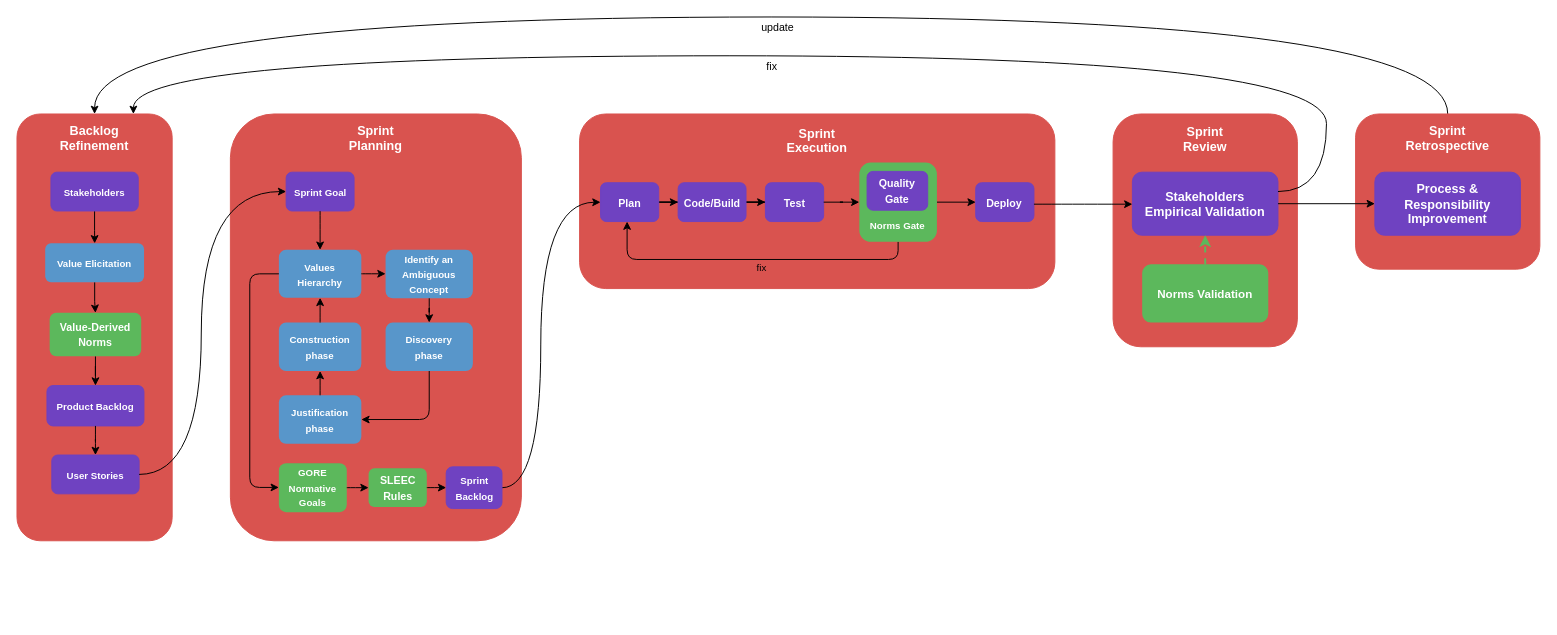
GianlucaPanzani/Ethics-and-Legality-Integration-into-the-Agile-Software-Development-Pipeline keeps this draw.io diagram as page "3.2 Agile + VSD + GORE/SLEEC" (5 of 10) of diagram/agile4.drawio. Above is the earlier version. Source tidied: cells renumbered, new cells numbered last; positions are measured from the earlier drawing's top-left corner, leaving out a move shared by most shapes. Both pictures are drawn from the tidied source at 97%, with x=0, y=0 at pixel (16, 16).
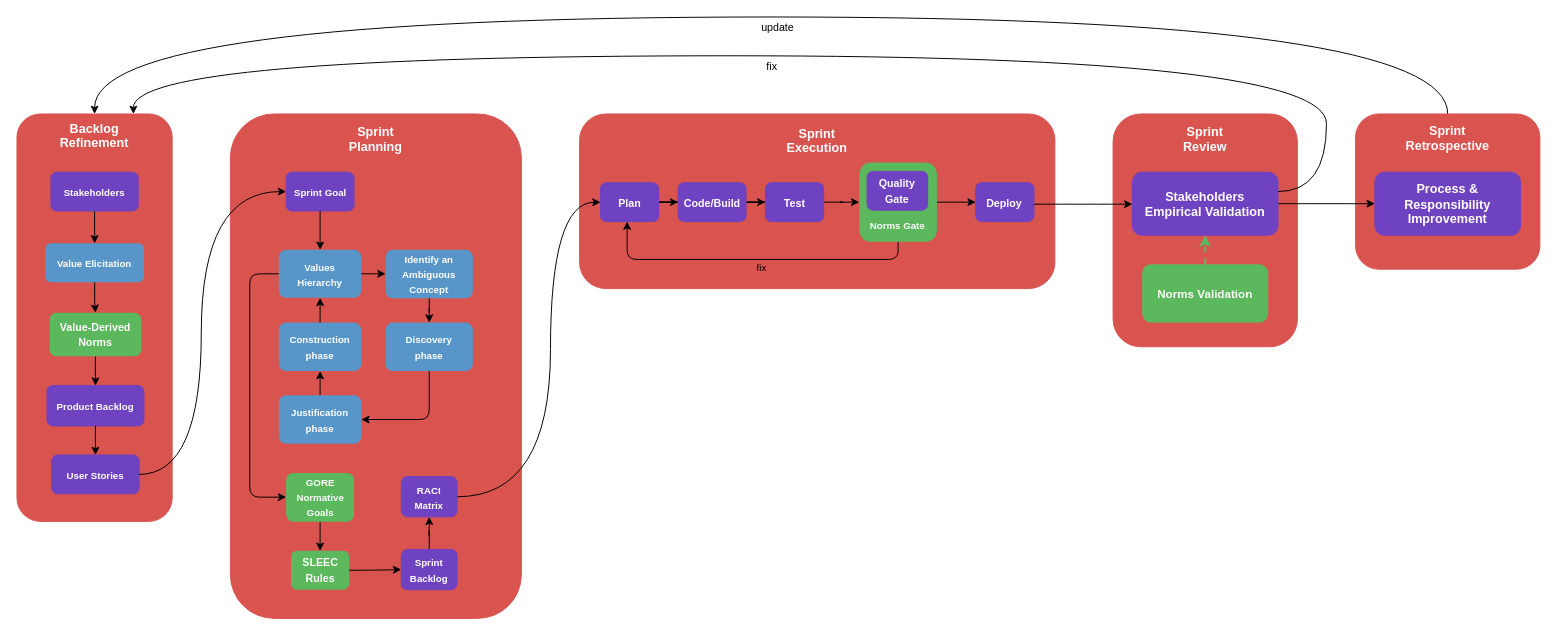
The same page after the edit.

Unchanged cells that the change refers to:
```xml
<mxCell id="7" value="&lt;font style=&quot;font-size: 11px;&quot;&gt;Plan&lt;/font&gt;" style="rounded=1;whiteSpace=wrap;html=1;fillColor=#6f42c1;strokeColor=#6f42c1;fontColor=#ffffff;fontStyle=1;fontSize=13;spacing=8;" parent="1" vertex="1">
  <mxGeometry x="601.6" y="170.9" width="60" height="40" as="geometry" />
</mxCell>
<mxCell id="16" value="&lt;font style=&quot;font-size: 10px;&quot;&gt;Values Hierarchy&lt;/font&gt;" style="rounded=1;whiteSpace=wrap;html=1;fillColor=light-dark(#5896CA,#5896CA);strokeColor=none;fontColor=#ffffff;fontStyle=1;fontSize=13;spacing=8;" parent="1" vertex="1">
  <mxGeometry x="270" y="240" width="85" height="49.5" as="geometry" />
</mxCell>
```

Change to the diagram source:
```diff
@@
-    <mxCell id="3" value="Sprint&lt;br&gt;Planning&lt;div&gt;&lt;br&gt;&lt;/div&gt;&lt;div&gt;&lt;br&gt;&lt;/div&gt;&lt;div&gt;&lt;br&gt;&lt;/div&gt;&lt;div&gt;&lt;br&gt;&lt;/div&gt;&lt;div&gt;&lt;br&gt;&lt;/div&gt;&lt;div&gt;&lt;br&gt;&lt;/div&gt;&lt;div&gt;&lt;br&gt;&lt;/div&gt;&lt;div&gt;&lt;br&gt;&lt;/div&gt;&lt;div&gt;&lt;br&gt;&lt;/div&gt;&lt;div&gt;&lt;br&gt;&lt;/div&gt;&lt;div&gt;&lt;br&gt;&lt;/div&gt;&lt;div&gt;&lt;br&gt;&lt;/div&gt;&lt;div&gt;&lt;br&gt;&lt;/div&gt;&lt;div&gt;&lt;br&gt;&lt;/div&gt;&lt;div&gt;&lt;br&gt;&lt;/div&gt;&lt;div&gt;&lt;br&gt;&lt;/div&gt;&lt;div&gt;&lt;br&gt;&lt;/div&gt;&lt;div&gt;&lt;br&gt;&lt;/div&gt;&lt;div&gt;&lt;br&gt;&lt;/div&gt;&lt;div&gt;&lt;br&gt;&lt;/div&gt;&lt;div&gt;&lt;br&gt;&lt;/div&gt;&lt;div&gt;&lt;br&gt;&lt;/div&gt;&lt;div&gt;&lt;br&gt;&lt;/div&gt;&lt;div&gt;&lt;br&gt;&lt;/div&gt;&lt;div&gt;&lt;br&gt;&lt;/div&gt;" style="rounded=1;whiteSpace=wrap;html=1;fillColor=#d9534f;strokeColor=#d9534f;fontColor=#ffffff;fontStyle=1;fontSize=13;spacing=8;" parent="1" vertex="1">
-      <mxGeometry x="220" y="100" width="300" height="440" as="geometry" />
+    <mxCell id="3" value="Sprint&lt;br&gt;Planning&lt;div&gt;&lt;br&gt;&lt;/div&gt;&lt;div&gt;&lt;br&gt;&lt;/div&gt;&lt;div&gt;&lt;br&gt;&lt;/div&gt;&lt;div&gt;&lt;br&gt;&lt;/div&gt;&lt;div&gt;&lt;br&gt;&lt;/div&gt;&lt;div&gt;&lt;br&gt;&lt;/div&gt;&lt;div&gt;&lt;br&gt;&lt;/div&gt;&lt;div&gt;&lt;br&gt;&lt;/div&gt;&lt;div&gt;&lt;br&gt;&lt;/div&gt;&lt;div&gt;&lt;br&gt;&lt;/div&gt;&lt;div&gt;&lt;br&gt;&lt;/div&gt;&lt;div&gt;&lt;br&gt;&lt;/div&gt;&lt;div&gt;&lt;br&gt;&lt;/div&gt;&lt;div&gt;&lt;br&gt;&lt;/div&gt;&lt;div&gt;&lt;br&gt;&lt;/div&gt;&lt;div&gt;&lt;br&gt;&lt;/div&gt;&lt;div&gt;&lt;br&gt;&lt;/div&gt;&lt;div&gt;&lt;br&gt;&lt;/div&gt;&lt;div&gt;&lt;br&gt;&lt;/div&gt;&lt;div&gt;&lt;br&gt;&lt;/div&gt;&lt;div&gt;&lt;br&gt;&lt;/div&gt;&lt;div&gt;&lt;br&gt;&lt;/div&gt;&lt;div&gt;&lt;br&gt;&lt;/div&gt;&lt;div&gt;&lt;br&gt;&lt;/div&gt;&lt;div&gt;&lt;br&gt;&lt;/div&gt;&lt;div&gt;&lt;br&gt;&lt;/div&gt;&lt;div&gt;&lt;br&gt;&lt;/div&gt;&lt;div&gt;&lt;br&gt;&lt;/div&gt;&lt;div&gt;&lt;br&gt;&lt;/div&gt;&lt;div&gt;&lt;br&gt;&lt;/div&gt;" style="rounded=1;whiteSpace=wrap;html=1;fillColor=#d9534f;strokeColor=#d9534f;fontColor=#ffffff;fontStyle=1;fontSize=13;spacing=8;" parent="1" vertex="1">
+      <mxGeometry x="220" y="100" width="300" height="520" as="geometry" />
     </mxCell>
@@
     <mxCell id="28" style="edgeStyle=orthogonalEdgeStyle;rounded=1;jettySize=auto;html=1;curved=0;" parent="1" edge="1" source="16" target="55">
       <mxGeometry relative="1" as="geometry">
         <Array as="points">
           <mxPoint x="240" y="265" />
-          <mxPoint x="240" y="485" />
+          <mxPoint x="240" y="495" />
         </Array>
       </mxGeometry>
     </mxCell>
-    <mxCell id="29" style="edgeStyle=orthogonalEdgeStyle;rounded=0;jettySize=auto;html=1;curved=1;" parent="1" edge="1" source="53" target="7">
+    <mxCell id="29" style="edgeStyle=orthogonalEdgeStyle;rounded=0;jettySize=auto;html=1;curved=1;" parent="1" edge="1" source="60" target="7">
       <mxGeometry relative="1" as="geometry">
         <Array as="points">
-          <mxPoint x="540" y="485" />
-          <mxPoint x="540" y="191" />
+          <mxPoint x="550" y="495" />
+          <mxPoint x="550" y="191" />
         </Array>
       </mxGeometry>
     </mxCell>
@@
-    <mxCell id="42" value="Backlog&lt;br&gt;Refinement&lt;div&gt;&lt;br&gt;&lt;/div&gt;&lt;div&gt;&lt;br&gt;&lt;/div&gt;&lt;div&gt;&lt;br&gt;&lt;/div&gt;&lt;div&gt;&lt;br&gt;&lt;/div&gt;&lt;div&gt;&lt;br&gt;&lt;/div&gt;&lt;div&gt;&lt;br&gt;&lt;/div&gt;&lt;div&gt;&lt;br&gt;&lt;/div&gt;&lt;div&gt;&lt;br&gt;&lt;/div&gt;&lt;div&gt;&lt;br&gt;&lt;/div&gt;&lt;div&gt;&lt;br&gt;&lt;/div&gt;&lt;div&gt;&lt;br&gt;&lt;/div&gt;&lt;div&gt;&lt;br&gt;&lt;/div&gt;&lt;div&gt;&lt;br&gt;&lt;/div&gt;&lt;div&gt;&lt;br&gt;&lt;/div&gt;&lt;div&gt;&lt;br&gt;&lt;/div&gt;&lt;div&gt;&lt;br&gt;&lt;/div&gt;&lt;div&gt;&lt;br&gt;&lt;/div&gt;&lt;div&gt;&lt;br&gt;&lt;/div&gt;&lt;div&gt;&lt;br&gt;&lt;/div&gt;&lt;div&gt;&lt;br&gt;&lt;/div&gt;&lt;div&gt;&lt;br&gt;&lt;/div&gt;&lt;div&gt;&lt;br&gt;&lt;/div&gt;&lt;div&gt;&lt;br&gt;&lt;/div&gt;&lt;div&gt;&lt;br&gt;&lt;/div&gt;&lt;div&gt;&lt;br&gt;&lt;/div&gt;" style="rounded=1;whiteSpace=wrap;html=1;fillColor=#d9534f;strokeColor=#d9534f;fontColor=#ffffff;fontStyle=1;fontSize=13;spacing=8;" parent="1" vertex="1">
-      <mxGeometry y="100" width="160" height="440" as="geometry" />
+    <mxCell id="42" value="Backlog&lt;br&gt;Refinement&lt;div&gt;&lt;br&gt;&lt;/div&gt;&lt;div&gt;&lt;br&gt;&lt;/div&gt;&lt;div&gt;&lt;br&gt;&lt;/div&gt;&lt;div&gt;&lt;br&gt;&lt;/div&gt;&lt;div&gt;&lt;br&gt;&lt;/div&gt;&lt;div&gt;&lt;br&gt;&lt;/div&gt;&lt;div&gt;&lt;br&gt;&lt;/div&gt;&lt;div&gt;&lt;br&gt;&lt;/div&gt;&lt;div&gt;&lt;br&gt;&lt;/div&gt;&lt;div&gt;&lt;br&gt;&lt;/div&gt;&lt;div&gt;&lt;br&gt;&lt;/div&gt;&lt;div&gt;&lt;br&gt;&lt;/div&gt;&lt;div&gt;&lt;br&gt;&lt;/div&gt;&lt;div&gt;&lt;br&gt;&lt;/div&gt;&lt;div&gt;&lt;br&gt;&lt;/div&gt;&lt;div&gt;&lt;br&gt;&lt;/div&gt;&lt;div&gt;&lt;br&gt;&lt;/div&gt;&lt;div&gt;&lt;br&gt;&lt;/div&gt;&lt;div&gt;&lt;br&gt;&lt;/div&gt;&lt;div&gt;&lt;br&gt;&lt;/div&gt;&lt;div&gt;&lt;br&gt;&lt;/div&gt;&lt;div&gt;&lt;br&gt;&lt;/div&gt;&lt;div&gt;&lt;br&gt;&lt;/div&gt;&lt;div&gt;&lt;br&gt;&lt;/div&gt;" style="rounded=1;whiteSpace=wrap;html=1;fillColor=#d9534f;strokeColor=#d9534f;fontColor=#ffffff;fontStyle=1;fontSize=13;spacing=8;" parent="1" vertex="1">
+      <mxGeometry y="100" width="160" height="420" as="geometry" />
     </mxCell>
@@
-    <mxCell id="53" value="&lt;font style=&quot;font-size: 10px;&quot;&gt;Sprint Backlog&lt;/font&gt;" style="rounded=1;whiteSpace=wrap;html=1;fillColor=#6f42c1;strokeColor=#6f42c1;fontColor=#ffffff;fontStyle=1;fontSize=13;spacing=8;" parent="1" vertex="1">
-      <mxGeometry x="442.5" y="463.8" width="57.5" height="43" as="geometry" />
-    </mxCell>
+    <mxCell id="59" style="edgeStyle=orthogonalEdgeStyle;rounded=0;jettySize=auto;html=1;" parent="1" edge="1" source="53" target="60">
+      <mxGeometry relative="1" as="geometry" />
+    </mxCell>
     <mxCell id="54" value="&lt;font style=&quot;font-size: 11px;&quot;&gt;SLEEC Rules&lt;/font&gt;" style="rounded=1;whiteSpace=wrap;html=1;fillColor=light-dark(#5CB85C,#5CB85C);strokeColor=none;fontColor=#ffffff;fontStyle=1;fontSize=13;spacing=8;" parent="1" vertex="1">
-      <mxGeometry x="362.5" y="465.2" width="60" height="40" as="geometry" />
+      <mxGeometry x="282.5" y="550.4" width="60" height="40" as="geometry" />
     </mxCell>
     <mxCell id="55" value="&lt;font style=&quot;font-size: 10px;&quot;&gt;GORE&lt;br&gt;Normative Goals&lt;/font&gt;" style="rounded=1;whiteSpace=wrap;html=1;fillColor=light-dark(#5CB85C,#5CB85C);strokeColor=none;fontColor=#ffffff;fontStyle=1;fontSize=13;spacing=8;gradientColor=none;" parent="1" vertex="1">
-      <mxGeometry x="270" y="460" width="70" height="50.5" as="geometry" />
+      <mxGeometry x="277.5" y="470" width="70" height="50.5" as="geometry" />
     </mxCell>
     <mxCell id="56" style="edgeStyle=orthogonalEdgeStyle;rounded=0;jettySize=auto;html=1;curved=1;" parent="1" edge="1" source="55" target="54">
       <mxGeometry relative="1" as="geometry">
         <Array as="points">
-          <mxPoint x="362.5" y="485.2" />
-          <mxPoint x="362.5" y="485.2" />
+          <mxPoint x="312.5" y="520" />
+          <mxPoint x="312.5" y="520" />
         </Array>
       </mxGeometry>
     </mxCell>
@@
+    <mxCell id="60" value="&lt;font style=&quot;font-size: 10px;&quot;&gt;RACI Matrix&lt;/font&gt;" style="rounded=1;whiteSpace=wrap;html=1;fillColor=#6f42c1;strokeColor=#6f42c1;fontColor=#ffffff;fontStyle=1;fontSize=13;spacing=8;" parent="1" vertex="1">
+      <mxGeometry x="396.2" y="473.8" width="57.5" height="41.5" as="geometry" />
+    </mxCell>
+    <mxCell id="53" value="&lt;font style=&quot;font-size: 10px;&quot;&gt;Sprint Backlog&lt;/font&gt;" style="rounded=1;whiteSpace=wrap;html=1;fillColor=#6f42c1;strokeColor=#6f42c1;fontColor=#ffffff;fontStyle=1;fontSize=13;spacing=8;" parent="1" vertex="1">
+      <mxGeometry x="396.2" y="548.9" width="57.5" height="41.5" as="geometry" />
+    </mxCell>
```
